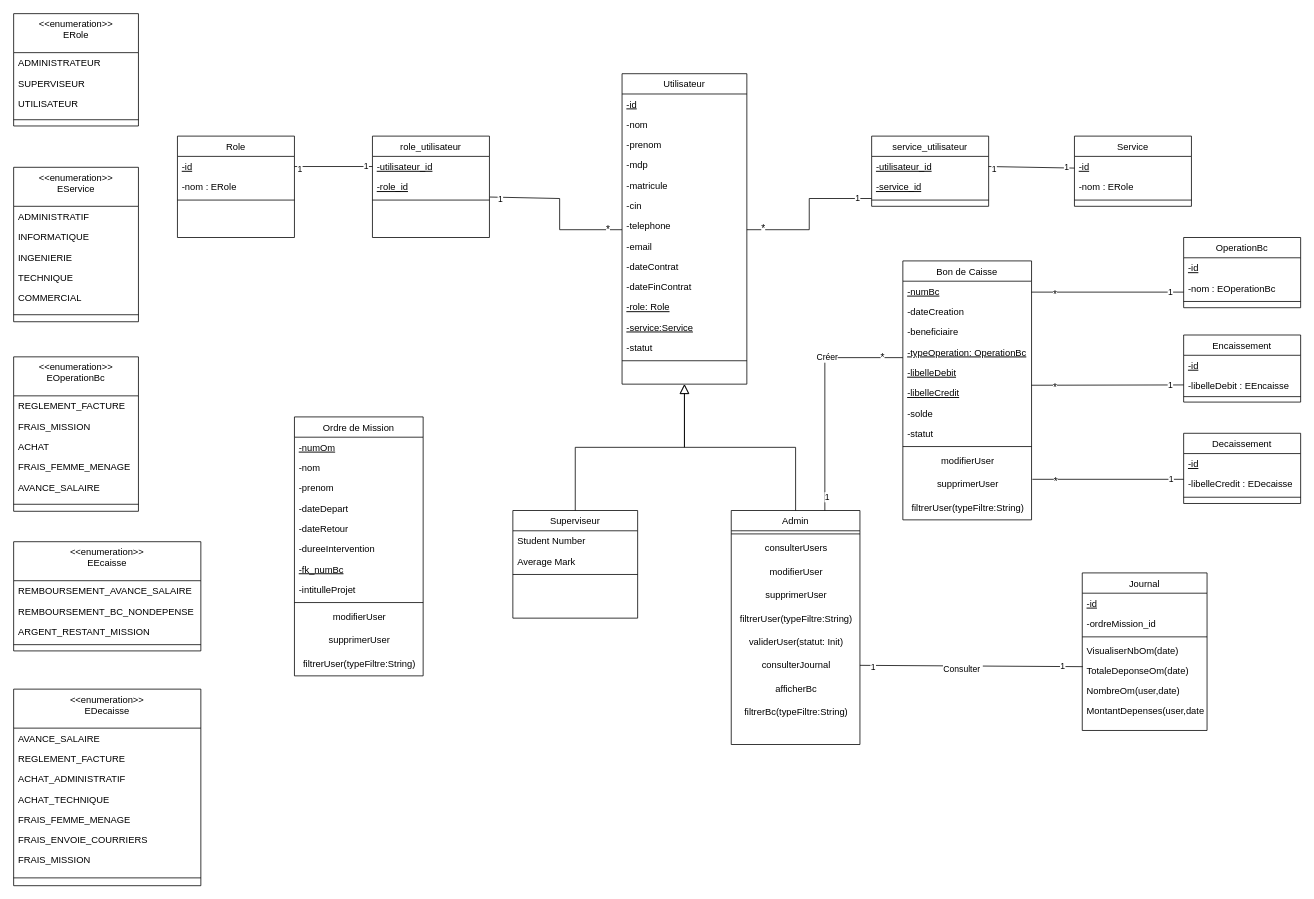
This is ClassDiagram.drawio from BARIGOU-Imane/Gestion-des-Ordres-de-Mission, a draw.io file, before an edit. Source tidied: cells renumbered, new cells numbered last; positions are measured from the earlier drawing's top-left corner, leaving out a move shared by most shapes. Both pictures are drawn from the tidied source at 78%, with x=0, y=0 at pixel (13, 13).
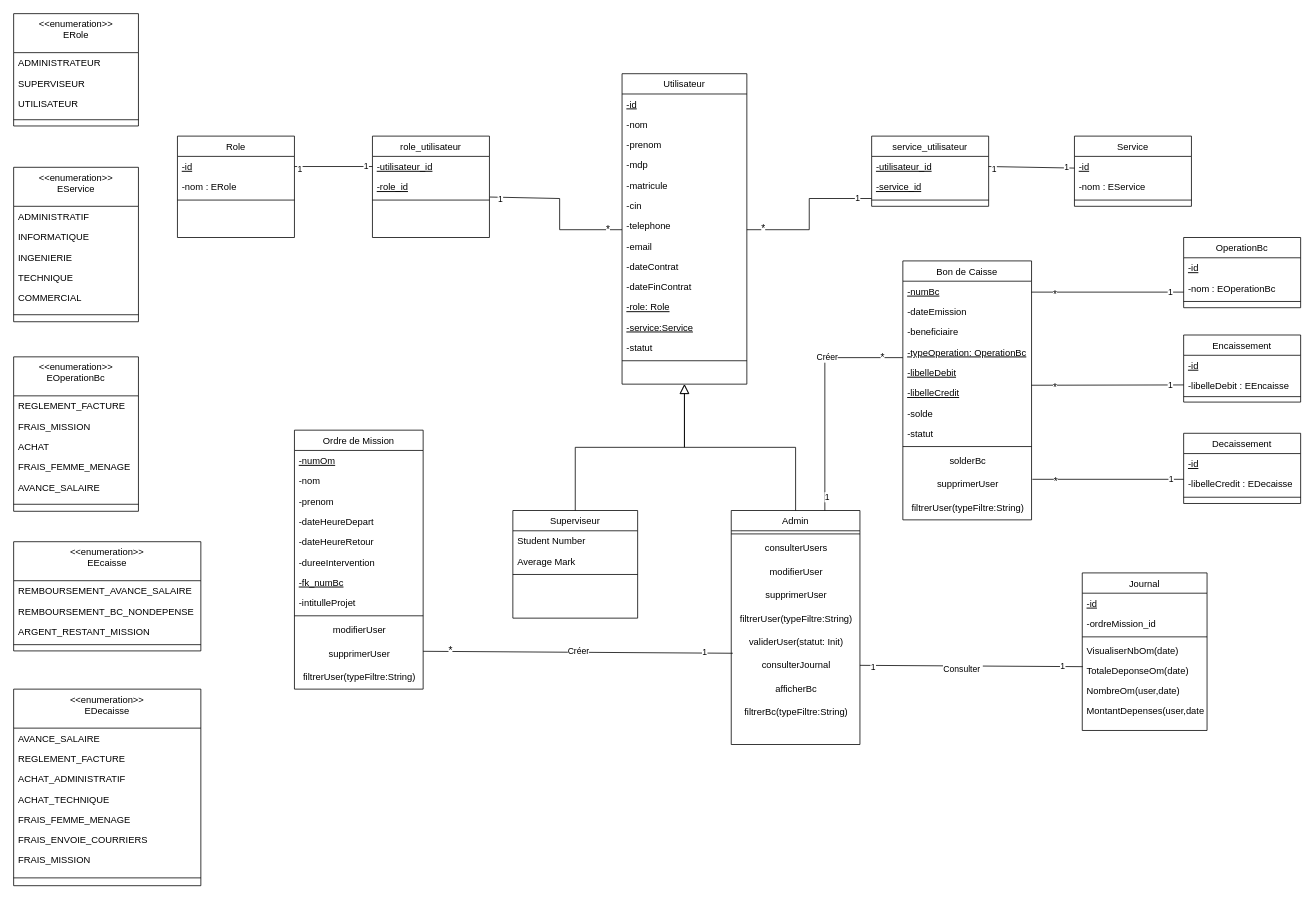
Above is the later version.

Unchanged cells that the change refers to:
```xml
<mxCell id="30" value="consulterJournal" style="text;html=1;align=center;verticalAlign=middle;points=[];strokeColor=none;fillColor=none;" parent="23" vertex="1">
  <mxGeometry y="184" width="165" height="30" as="geometry" />
</mxCell>
<mxCell id="53" value="Service" style="swimlane;fontStyle=0;align=center;verticalAlign=top;horizontal=1;startSize=26;rounded=0;shadow=0;strokeWidth=1;" parent="1" vertex="1">
  <mxGeometry x="1360" y="157" width="150" height="90" as="geometry" />
</mxCell>
<mxCell id="86" value="Bon de Caisse" style="swimlane;fontStyle=0;align=center;verticalAlign=top;horizontal=1;startSize=26;rounded=0;shadow=0;strokeWidth=1;" parent="1" vertex="1">
  <mxGeometry x="1140" y="317" width="165" height="332" as="geometry" />
</mxCell>
```

Change to the diagram source:
```diff
@@
-    <mxCell id="55" value="-nom : ERole" style="text;align=left;verticalAlign=top;spacingLeft=4;spacingRight=4;overflow=hidden;rounded=0;shadow=0;html=0;" parent="53" vertex="1">
+    <mxCell id="55" value="-nom : EService" style="text;align=left;verticalAlign=top;spacingLeft=4;spacingRight=4;overflow=hidden;rounded=0;shadow=0;html=0;" parent="53" vertex="1">
       <mxGeometry y="52" width="150" height="26" as="geometry" />
     </mxCell>
@@
-    <mxCell id="88" value="-dateCreation" style="text;align=left;verticalAlign=top;spacingLeft=4;spacingRight=4;overflow=hidden;" parent="86" vertex="1">
+    <mxCell id="88" value="-dateEmission" style="text;align=left;verticalAlign=top;spacingLeft=4;spacingRight=4;overflow=hidden;" parent="86" vertex="1">
       <mxGeometry y="52" width="165" height="26" as="geometry" />
     </mxCell>
@@
-    <mxCell id="96" value="modifierUser" style="text;html=1;align=center;verticalAlign=middle;strokeColor=none;fillColor=none;" parent="86" vertex="1">
+    <mxCell id="96" value="solderBc" style="text;html=1;align=center;verticalAlign=middle;strokeColor=none;fillColor=none;" parent="86" vertex="1">
       <mxGeometry y="242" width="165" height="30" as="geometry" />
     </mxCell>
@@
     <mxCell id="145" value="Ordre de Mission" style="swimlane;fontStyle=0;align=center;verticalAlign=top;horizontal=1;startSize=26;rounded=0;shadow=0;strokeWidth=1;" parent="1" vertex="1">
-      <mxGeometry x="360" y="517" width="165" height="332" as="geometry" />
+      <mxGeometry x="360" y="534" width="165" height="332" as="geometry" />
     </mxCell>
@@
-    <mxCell id="149" value="-dateDepart" style="text;align=left;verticalAlign=top;spacingLeft=4;spacingRight=4;overflow=hidden;fontStyle=0;" parent="145" vertex="1">
+    <mxCell id="149" value="-dateHeureDepart" style="text;align=left;verticalAlign=top;spacingLeft=4;spacingRight=4;overflow=hidden;fontStyle=0;" parent="145" vertex="1">
       <mxGeometry y="104" width="165" height="26" as="geometry" />
     </mxCell>
-    <mxCell id="150" value="-dateRetour" style="text;align=left;verticalAlign=top;spacingLeft=4;spacingRight=4;overflow=hidden;fontStyle=0;" parent="145" vertex="1">
+    <mxCell id="150" value="-dateHeureRetour" style="text;align=left;verticalAlign=top;spacingLeft=4;spacingRight=4;overflow=hidden;fontStyle=0;" parent="145" vertex="1">
       <mxGeometry y="130" width="165" height="26" as="geometry" />
     </mxCell>
@@
+    <mxCell id="158" style="endArrow=none;html=1;rounded=0;exitX=1;exitY=0.5;exitDx=0;exitDy=0;entryX=0.012;entryY=-0.033;entryDx=0;entryDy=0;entryPerimeter=0;" parent="1" edge="1" target="30">
+      <mxGeometry relative="1" as="geometry">
+        <mxPoint x="525" y="817.5" as="sourcePoint" />
+      </mxGeometry>
+    </mxCell>
+    <mxCell id="159" value="1" style="edgeLabel;html=1;align=center;verticalAlign=middle;" parent="158" vertex="1">
+      <mxGeometry x="0.82" y="-2" relative="1" as="geometry">
+        <mxPoint y="-3" as="offset" />
+      </mxGeometry>
+    </mxCell>
+    <mxCell id="160" value="&lt;font style=&quot;font-size: 13px;&quot;&gt;*&lt;/font&gt;" style="edgeLabel;html=1;align=center;verticalAlign=middle;" parent="158" vertex="1">
+      <mxGeometry x="-0.85" y="-4" relative="1" as="geometry">
+        <mxPoint x="5" y="-5" as="offset" />
+      </mxGeometry>
+    </mxCell>
+    <mxCell id="161" value="Créer" style="edgeLabel;html=1;align=center;verticalAlign=middle;" parent="158" vertex="1">
+      <mxGeometry y="1" relative="1" as="geometry" />
+    </mxCell>
```
